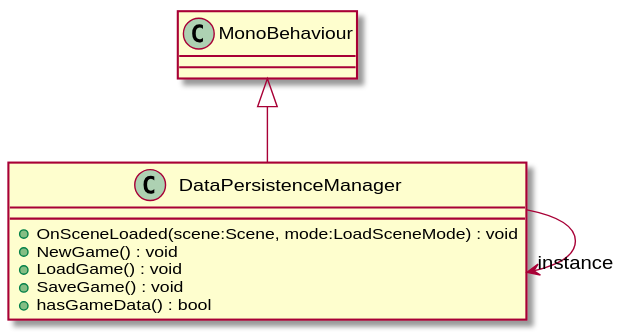
robinsuurs/Mallow_Mysterie keeps this PlantUML diagram as UML/SaveAndLoad/DataPersistenceManager.svg. Above is the earlier version. Its diagram source:
```plantuml
@startuml
class DataPersistenceManager {
    + OnSceneLoaded(scene:Scene, mode:LoadSceneMode) : void
    + NewGame() : void
    + LoadGame() : void
    + SaveGame() : void
    + hasGameData() : bool
}
MonoBehaviour <|-- DataPersistenceManager
DataPersistenceManager --> "instance" DataPersistenceManager
@enduml
```
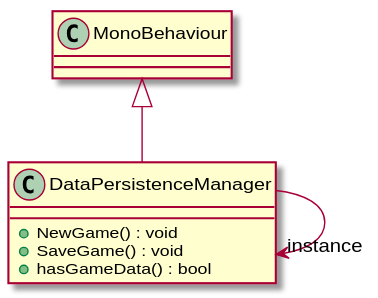
After the commit.

The edit, as a diff of the source:
```diff
@@ -1,8 +1,6 @@
 @startuml
 class DataPersistenceManager {
-    + OnSceneLoaded(scene:Scene, mode:LoadSceneMode) : void
     + NewGame() : void
-    + LoadGame() : void
     + SaveGame() : void
     + hasGameData() : bool
 }
```
